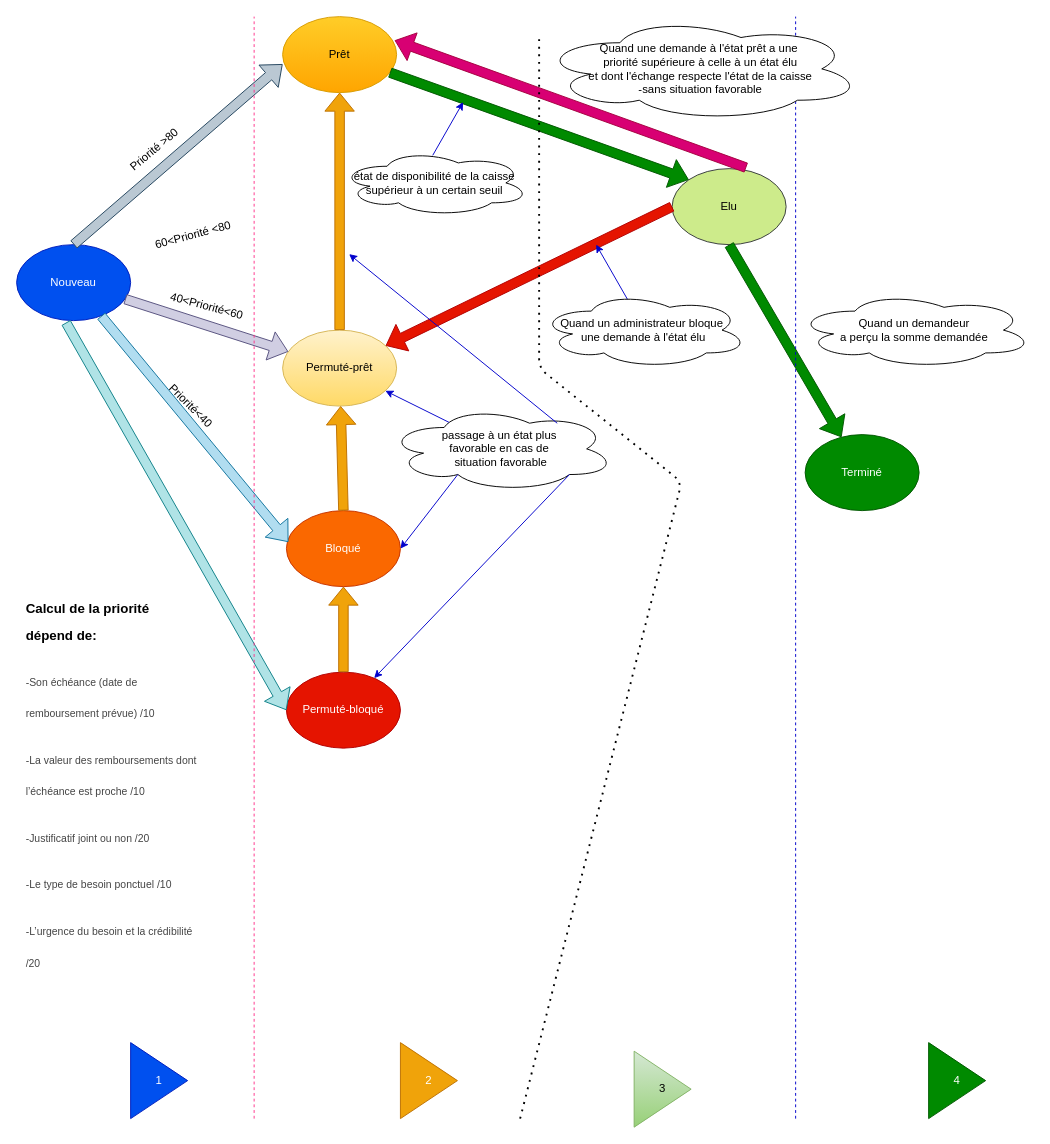
Above: Untitled Diagram.drawio in ambou-97/Sutura (draw.io), before the change. Source tidied: cells renumbered, new cells numbered last; positions are measured from the earlier drawing's top-left corner, leaving out a move shared by most shapes. Both pictures are drawn from the tidied source at 95%, with x=0, y=0 at pixel (16, 16).
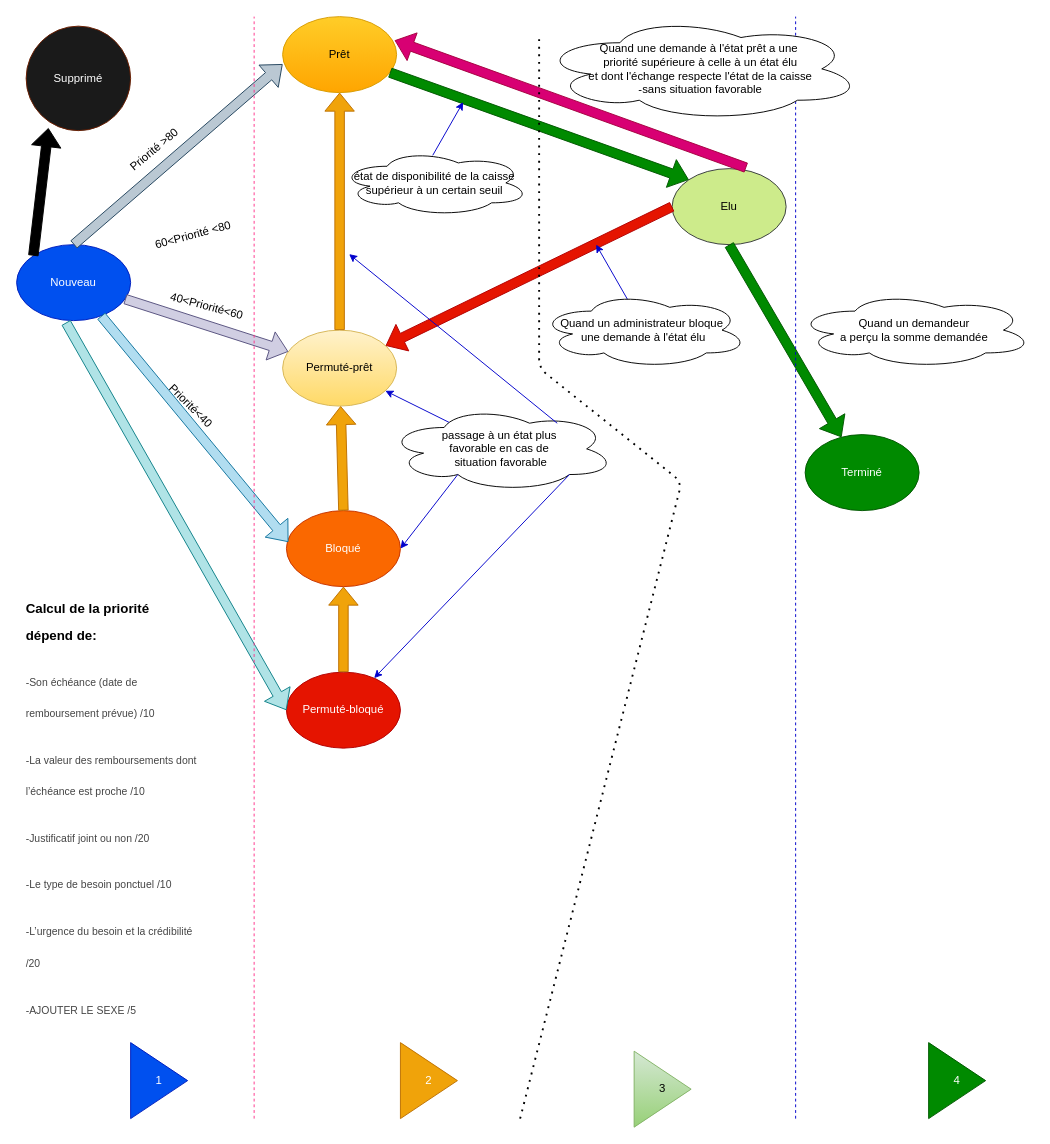
Above is the later version.

Unchanged cells that the change refers to:
```xml
<mxCell id="2" value="Nouveau" style="ellipse;whiteSpace=wrap;html=1;fillColor=#0050ef;strokeColor=#001DBC;fontColor=#ffffff;" parent="1" vertex="1">
  <mxGeometry y="240" width="120" height="80" as="geometry" />
</mxCell>
```

The edit, as a diff of the source:
```diff
@@
-    <mxCell id="24" value="&lt;h1&gt;&lt;span&gt;&lt;font style=&quot;font-size: 14px&quot;&gt;Calcul de la priorité dépend de:&lt;/font&gt;&lt;/span&gt;&lt;/h1&gt;&lt;h1&gt;&lt;span style=&quot;font-weight: normal&quot; id=&quot;docs-internal-guid-5ad885e3-7fff-9ee6-34b0-edc623828f37&quot;&gt;&lt;p dir=&quot;ltr&quot; style=&quot;line-height: 1.38 ; background-color: #ffffff ; margin-top: 6pt ; margin-bottom: 0pt ; padding: 0pt 0pt 12pt 0pt&quot;&gt;&lt;span style=&quot;font-size: 11px ; background-color: transparent ; color: rgb(69 , 69 , 69) ; font-family: &amp;#34;arial&amp;#34;&quot;&gt;-Son échéance (date de remboursement prévue) /10&lt;/span&gt;&lt;/p&gt;&lt;p dir=&quot;ltr&quot; style=&quot;line-height: 1.38 ; background-color: #ffffff ; margin-top: 0pt ; margin-bottom: 0pt ; padding: 0 0pt 12pt 0pt&quot;&gt;&lt;span style=&quot;font-size: 11px ; background-color: transparent ; color: rgb(69 , 69 , 69) ; font-family: &amp;#34;arial&amp;#34;&quot;&gt;-La valeur des remboursements dont l’échéance est proche /10&lt;/span&gt;&lt;/p&gt;&lt;p dir=&quot;ltr&quot; style=&quot;line-height: 1.38 ; background-color: #ffffff ; margin-top: 0pt ; margin-bottom: 0pt ; padding: 0 0pt 12pt 0pt&quot;&gt;&lt;span style=&quot;font-family: &amp;#34;arial&amp;#34; ; color: rgb(69 , 69 , 69) ; background-color: transparent ; vertical-align: baseline&quot;&gt;&lt;font style=&quot;font-size: 11px&quot;&gt;-Justificatif joint ou non /20&lt;/font&gt;&lt;/span&gt;&lt;/p&gt;&lt;p dir=&quot;ltr&quot; style=&quot;line-height: 1.38 ; background-color: #ffffff ; margin-top: 0pt ; margin-bottom: 0pt ; padding: 0 0pt 12pt 0pt&quot;&gt;&lt;span style=&quot;font-family: &amp;#34;arial&amp;#34; ; color: rgb(69 , 69 , 69) ; background-color: transparent ; vertical-align: baseline&quot;&gt;&lt;font style=&quot;font-size: 11px&quot;&gt;-Le type de besoin ponctuel /10&lt;/font&gt;&lt;/span&gt;&lt;/p&gt;&lt;p dir=&quot;ltr&quot; style=&quot;line-height: 1.38 ; background-color: #ffffff ; margin-top: 0pt ; margin-bottom: 12pt ; padding: 0 0pt 0pt 0pt&quot;&gt;&lt;span style=&quot;font-family: &amp;#34;arial&amp;#34; ; color: rgb(69 , 69 , 69) ; background-color: transparent ; vertical-align: baseline&quot;&gt;&lt;font style=&quot;font-size: 11px&quot;&gt;-L’urgence du besoin et la crédibilité /20&lt;/font&gt;&lt;/span&gt;&lt;/p&gt;&lt;div&gt;&lt;span style=&quot;font-size: 17pt ; font-family: &amp;#34;arial&amp;#34; ; color: rgb(69 , 69 , 69) ; background-color: transparent ; vertical-align: baseline&quot;&gt;&lt;br&gt;&lt;/span&gt;&lt;/div&gt;&lt;/span&gt;&lt;/h1&gt;" style="text;html=1;strokeColor=none;fillColor=none;spacing=5;spacingTop=-20;whiteSpace=wrap;overflow=hidden;rounded=0;" parent="1" vertex="1">
-      <mxGeometry x="5.3" y="600" width="190" height="430" as="geometry" />
+    <mxCell id="24" value="&lt;h1&gt;&lt;span&gt;&lt;font style=&quot;font-size: 14px&quot;&gt;Calcul de la priorité dépend de:&lt;/font&gt;&lt;/span&gt;&lt;/h1&gt;&lt;h1&gt;&lt;span style=&quot;font-weight: normal&quot; id=&quot;docs-internal-guid-5ad885e3-7fff-9ee6-34b0-edc623828f37&quot;&gt;&lt;p dir=&quot;ltr&quot; style=&quot;line-height: 1.38 ; background-color: #ffffff ; margin-top: 6pt ; margin-bottom: 0pt ; padding: 0pt 0pt 12pt 0pt&quot;&gt;&lt;span style=&quot;font-size: 11px ; background-color: transparent ; color: rgb(69 , 69 , 69) ; font-family: &amp;#34;arial&amp;#34;&quot;&gt;-Son échéance (date de remboursement prévue) /10&lt;/span&gt;&lt;/p&gt;&lt;p dir=&quot;ltr&quot; style=&quot;line-height: 1.38 ; background-color: #ffffff ; margin-top: 0pt ; margin-bottom: 0pt ; padding: 0 0pt 12pt 0pt&quot;&gt;&lt;span style=&quot;font-size: 11px ; background-color: transparent ; color: rgb(69 , 69 , 69) ; font-family: &amp;#34;arial&amp;#34;&quot;&gt;-La valeur des remboursements dont l’échéance est proche /10&lt;/span&gt;&lt;/p&gt;&lt;p dir=&quot;ltr&quot; style=&quot;line-height: 1.38 ; background-color: #ffffff ; margin-top: 0pt ; margin-bottom: 0pt ; padding: 0 0pt 12pt 0pt&quot;&gt;&lt;span style=&quot;font-family: &amp;#34;arial&amp;#34; ; color: rgb(69 , 69 , 69) ; background-color: transparent ; vertical-align: baseline&quot;&gt;&lt;font style=&quot;font-size: 11px&quot;&gt;-Justificatif joint ou non /20&lt;/font&gt;&lt;/span&gt;&lt;/p&gt;&lt;p dir=&quot;ltr&quot; style=&quot;line-height: 1.38 ; background-color: #ffffff ; margin-top: 0pt ; margin-bottom: 0pt ; padding: 0 0pt 12pt 0pt&quot;&gt;&lt;span style=&quot;font-family: &amp;#34;arial&amp;#34; ; color: rgb(69 , 69 , 69) ; background-color: transparent ; vertical-align: baseline&quot;&gt;&lt;font style=&quot;font-size: 11px&quot;&gt;-Le type de besoin ponctuel /10&lt;/font&gt;&lt;/span&gt;&lt;/p&gt;&lt;p dir=&quot;ltr&quot; style=&quot;line-height: 1.38 ; background-color: #ffffff ; margin-top: 0pt ; margin-bottom: 12pt ; padding: 0 0pt 0pt 0pt&quot;&gt;&lt;span style=&quot;font-family: &amp;#34;arial&amp;#34; ; color: rgb(69 , 69 , 69) ; background-color: transparent ; vertical-align: baseline&quot;&gt;&lt;font style=&quot;font-size: 11px&quot;&gt;-L’urgence du besoin et la crédibilité /20&lt;/font&gt;&lt;/span&gt;&lt;/p&gt;&lt;p dir=&quot;ltr&quot; style=&quot;line-height: 1.38 ; background-color: #ffffff ; margin-top: 0pt ; margin-bottom: 12pt ; padding: 0 0pt 0pt 0pt&quot;&gt;&lt;span style=&quot;font-family: &amp;#34;arial&amp;#34; ; color: rgb(69 , 69 , 69) ; background-color: transparent ; vertical-align: baseline&quot;&gt;&lt;font style=&quot;font-size: 11px&quot;&gt;-AJOUTER LE SEXE /5&lt;/font&gt;&lt;/span&gt;&lt;/p&gt;&lt;div&gt;&lt;span style=&quot;font-size: 17pt ; font-family: &amp;#34;arial&amp;#34; ; color: rgb(69 , 69 , 69) ; background-color: transparent ; vertical-align: baseline&quot;&gt;&lt;br&gt;&lt;/span&gt;&lt;/div&gt;&lt;/span&gt;&lt;/h1&gt;" style="text;html=1;strokeColor=none;fillColor=none;spacing=5;spacingTop=-20;whiteSpace=wrap;overflow=hidden;rounded=0;" parent="1" vertex="1">
+      <mxGeometry x="5.3" y="600" width="190" height="460" as="geometry" />
     </mxCell>
@@
+    <mxCell id="43" value="Supprimé" style="ellipse;whiteSpace=wrap;html=1;strokeColor=#6D1F00;fontColor=#ffffff;fillColor=#1A1A1A;" parent="1" vertex="1">
+      <mxGeometry x="10" y="10" width="110" height="110" as="geometry" />
+    </mxCell>
+    <mxCell id="44" style="shape=flexArrow;endArrow=classic;html=1;entryX=0.213;entryY=0.975;entryDx=0;entryDy=0;exitX=0;exitY=0;exitDx=0;exitDy=0;entryPerimeter=0;fillColor=#000000;" parent="1" edge="1" source="2" target="43">
+      <mxGeometry relative="1" as="geometry" />
+    </mxCell>
```
